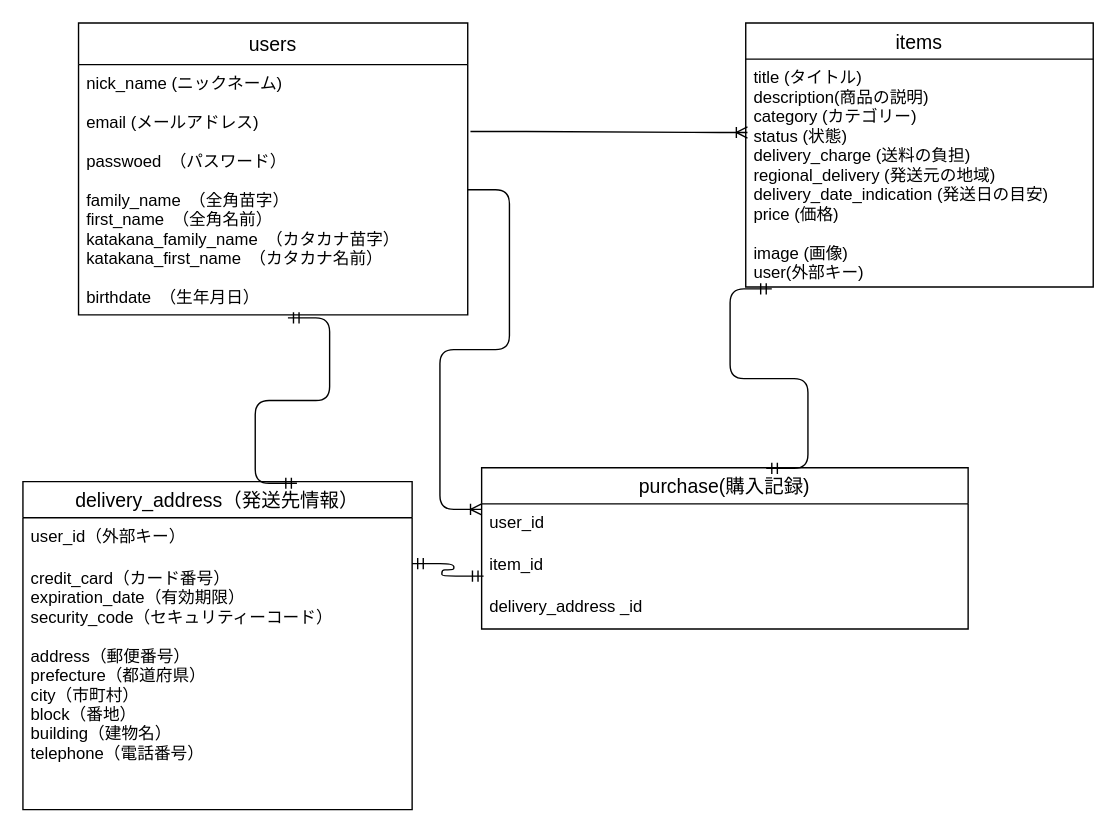
Earlier version of the draw.io diagram db/detabase.dio (Drbeer-miyako/furima-35247). Source tidied: cells renumbered, new cells numbered last; positions are measured from the earlier drawing's top-left corner, leaving out a move shared by most shapes. Both pictures are drawn from the tidied source at 139%, with x=0, y=0 at pixel (22, 22).
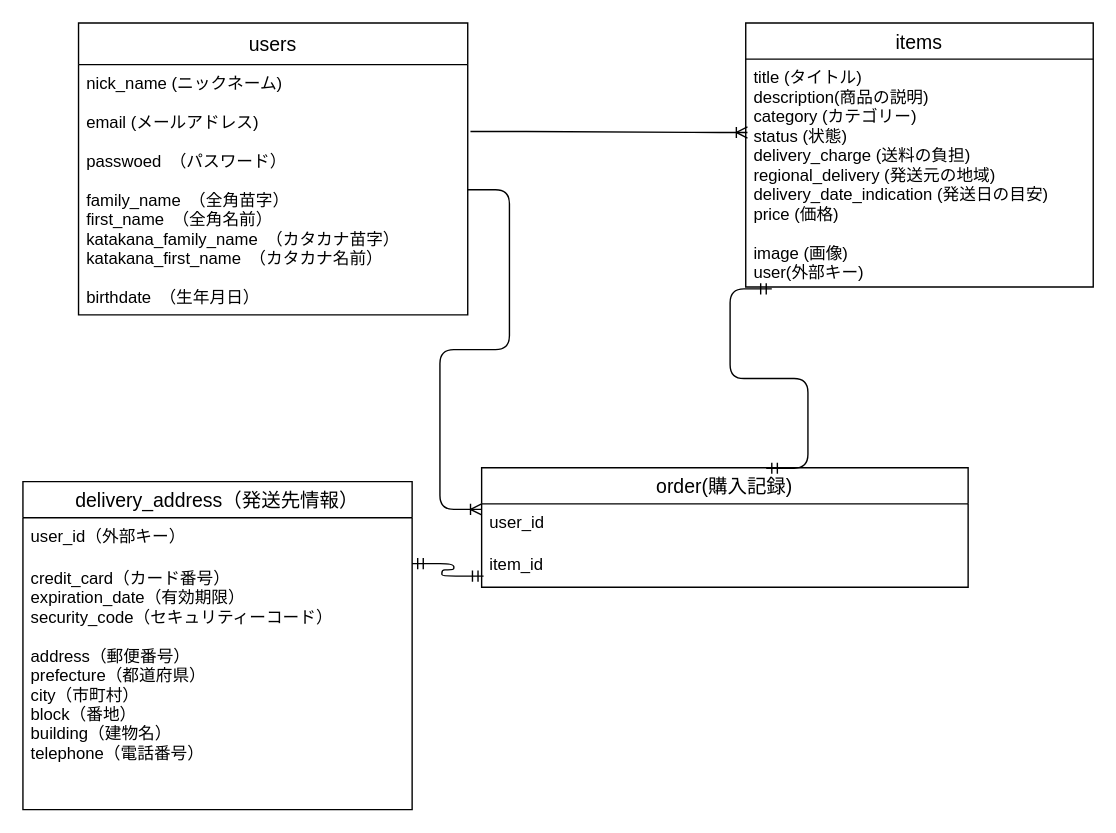
Above is the later version.

Change to the diagram source:
```diff
@@
 <mxGraphModel>
   <root>
     <mxCell id="0" />
     <mxCell id="1" parent="0" />
     <mxCell id="2" value="users" style="swimlane;fontStyle=0;horizontal=1;startSize=30;align=center;fontSize=14;" parent="1" vertex="1">
       <mxGeometry x="40" width="280" height="210" as="geometry" />
     </mxCell>
     <mxCell id="3" value="nick_name (ニックネーム)&#10;&#10;email (メールアドレス)&#10;&#10;passwoed　（パスワード）&#10;&#10;family_name　（全角苗字）&#10;first_name　（全角名前）&#10;katakana_family_name　（カタカナ苗字）&#10;katakana_first_name　（カタカナ名前）&#10;&#10;birthdate　（生年月日）&#10;&#10;" style="text;strokeColor=none;fillColor=none;spacingLeft=4;spacingRight=4;overflow=hidden;points=[[0,0.5],[1,0.5]];portConstraint=eastwest;fontSize=12;" parent="2" vertex="1">
       <mxGeometry y="30" width="280" height="180" as="geometry" />
     </mxCell>
     <mxCell id="4" value="items" style="swimlane;fontStyle=0;horizontal=1;startSize=26;align=center;fontSize=14;" parent="1" vertex="1">
       <mxGeometry x="520" width="250" height="190" as="geometry" />
     </mxCell>
     <mxCell id="5" value="title (タイトル)&#10;description(商品の説明)&#10;category (カテゴリー)&#10;status (状態)&#10;delivery_charge (送料の負担)&#10;regional_delivery (発送元の地域)&#10;delivery_date_indication (発送日の目安)&#10;price (価格)&#10;&#10;image (画像)&#10;user(外部キー)" style="text;strokeColor=none;fillColor=none;spacingLeft=4;spacingRight=4;overflow=hidden;points=[[0,0.5],[1,0.5]];portConstraint=eastwest;fontSize=12;strokeWidth=1;" parent="4" vertex="1">
       <mxGeometry y="26" width="250" height="164" as="geometry" />
     </mxCell>
-    <mxCell id="6" value="purchase(購入記録)" style="swimlane;fontStyle=0;horizontal=1;startSize=26;align=center;fontSize=14;strokeWidth=1;" parent="1" vertex="1">
-      <mxGeometry x="330" y="320" width="350" height="116" as="geometry" />
+    <mxCell id="6" value="order(購入記録)" style="swimlane;fontStyle=0;horizontal=1;startSize=26;align=center;fontSize=14;strokeWidth=1;" parent="1" vertex="1">
+      <mxGeometry x="330" y="320" width="350" height="86" as="geometry" />
     </mxCell>
     <mxCell id="7" value="user_id" style="text;strokeColor=none;fillColor=none;spacingLeft=4;spacingRight=4;overflow=hidden;points=[[0,0.5],[1,0.5]];portConstraint=eastwest;fontSize=12;" parent="6" vertex="1">
       <mxGeometry y="26" width="350" height="30" as="geometry" />
     </mxCell>
     <mxCell id="8" value="item_id" style="text;strokeColor=none;fillColor=none;spacingLeft=4;spacingRight=4;overflow=hidden;points=[[0,0.5],[1,0.5]];portConstraint=eastwest;fontSize=12;" parent="6" vertex="1">
       <mxGeometry y="56" width="350" height="30" as="geometry" />
     </mxCell>
-    <mxCell id="9" value="delivery_address _id" style="text;strokeColor=none;fillColor=none;spacingLeft=4;spacingRight=4;overflow=hidden;fontSize=12;" parent="6" vertex="1">
-      <mxGeometry y="86" width="350" height="30" as="geometry" />
-    </mxCell>
     <mxCell id="10" value="delivery_address（発送先情報）" style="swimlane;fontStyle=0;horizontal=1;startSize=26;align=center;fontSize=14;" parent="1" vertex="1">
       <mxGeometry y="330" width="280" height="236" as="geometry" />
     </mxCell>
     <mxCell id="11" value="user_id（外部キー）&#10;" style="text;strokeColor=none;fillColor=none;spacingLeft=4;spacingRight=4;overflow=hidden;fontSize=12;" parent="10" vertex="1">
       <mxGeometry y="26" width="280" height="30" as="geometry" />
     </mxCell>
     <mxCell id="12" value="credit_card（カード番号）&#10;expiration_date（有効期限）&#10;security_code（セキュリティーコード）&#10;&#10;address（郵便番号）&#10;prefecture（都道府県）&#10;city（市町村）&#10;block（番地）&#10;building（建物名）&#10;telephone（電話番号）" style="text;strokeColor=none;fillColor=none;spacingLeft=4;spacingRight=4;overflow=hidden;fontSize=12;" parent="10" vertex="1">
       <mxGeometry y="56" width="280" height="180" as="geometry" />
     </mxCell>
     <mxCell id="13" style="edgeStyle=entityRelationEdgeStyle;fontSize=12;html=1;endArrow=ERoneToMany;exitX=1.007;exitY=0.267;exitDx=0;exitDy=0;exitPerimeter=0;entryX=0.005;entryY=0.322;entryDx=0;entryDy=0;entryPerimeter=0;" parent="1" edge="1" source="3" target="5">
       <mxGeometry relative="1" as="geometry" />
     </mxCell>
     <mxCell id="14" style="edgeStyle=entityRelationEdgeStyle;fontSize=12;html=1;endArrow=ERmandOne;startArrow=ERmandOne;exitX=0.075;exitY=1.008;exitDx=0;exitDy=0;exitPerimeter=0;entryX=0.585;entryY=0.004;entryDx=0;entryDy=0;entryPerimeter=0;" parent="1" edge="1" source="5" target="6">
       <mxGeometry relative="1" as="geometry" />
     </mxCell>
-    <mxCell id="15" style="edgeStyle=entityRelationEdgeStyle;fontSize=12;html=1;endArrow=ERmandOne;startArrow=ERmandOne;exitX=0.538;exitY=1.012;exitDx=0;exitDy=0;exitPerimeter=0;entryX=0.704;entryY=0.005;entryDx=0;entryDy=0;entryPerimeter=0;" parent="1" edge="1" source="3" target="10">
-      <mxGeometry relative="1" as="geometry" />
-    </mxCell>
     <mxCell id="16" style="edgeStyle=entityRelationEdgeStyle;fontSize=12;html=1;endArrow=ERoneToMany;exitX=1;exitY=0.5;exitDx=0;exitDy=0;entryX=0;entryY=0.133;entryDx=0;entryDy=0;entryPerimeter=0;" parent="1" edge="1" source="3" target="7">
       <mxGeometry relative="1" as="geometry" />
     </mxCell>
     <mxCell id="17" style="edgeStyle=entityRelationEdgeStyle;fontSize=12;html=1;endArrow=ERmandOne;startArrow=ERmandOne;exitX=1;exitY=0.25;exitDx=0;exitDy=0;entryX=0.004;entryY=0.733;entryDx=0;entryDy=0;entryPerimeter=0;" parent="1" edge="1" source="10" target="8">
       <mxGeometry relative="1" as="geometry" />
     </mxCell>
   </root>
 </mxGraphModel>
```
